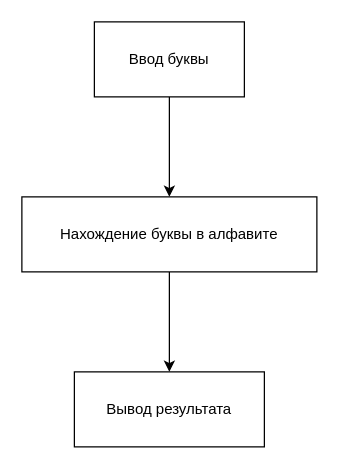
This is page "task_5" (5 of 8) of lesson_1/lesson_1.drawio from j2cry/Algorithms, a draw.io file, before an edit. Source tidied: cells renumbered, new cells numbered last; positions are measured from the earlier drawing's top-left corner, leaving out a move shared by most shapes. Both pictures are drawn from the tidied source at 125%, with x=0, y=0 at pixel (21, 21).
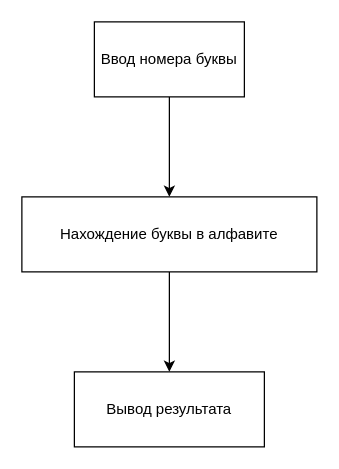
Above is the later version.

The edit, as a diff of the source:
```diff
@@
 <mxGraphModel>
   <root>
     <mxCell id="0" />
     <mxCell id="1" parent="0" />
     <mxCell id="2" style="edgeStyle=orthogonalEdgeStyle;rounded=0;jettySize=auto;html=1;" parent="1" edge="1" source="3" target="5">
       <mxGeometry relative="1" as="geometry" />
     </mxCell>
-    <mxCell id="3" value="Ввод буквы" style="rounded=0;whiteSpace=wrap;html=1;" parent="1" vertex="1">
+    <mxCell id="3" value="Ввод номера буквы" style="rounded=0;whiteSpace=wrap;html=1;" parent="1" vertex="1">
       <mxGeometry x="58" width="120" height="60" as="geometry" />
     </mxCell>
     <mxCell id="4" style="edgeStyle=orthogonalEdgeStyle;rounded=0;jettySize=auto;html=1;" parent="1" edge="1" source="5" target="6">
       <mxGeometry relative="1" as="geometry" />
     </mxCell>
     <mxCell id="5" value="Нахождение буквы в алфавите" style="whiteSpace=wrap;html=1;rounded=0;" parent="1" vertex="1">
       <mxGeometry y="140" width="236" height="60" as="geometry" />
     </mxCell>
     <mxCell id="6" value="Вывод результата" style="whiteSpace=wrap;html=1;rounded=0;" parent="1" vertex="1">
       <mxGeometry x="42" y="280" width="152" height="60" as="geometry" />
     </mxCell>
   </root>
 </mxGraphModel>
```
